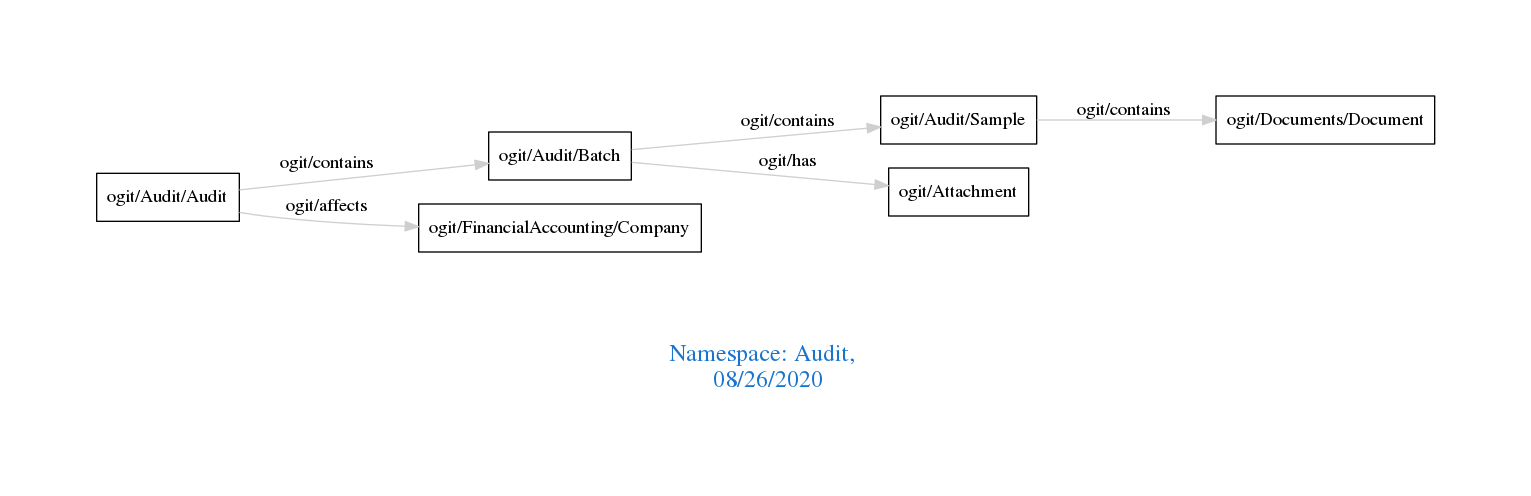
Above: downloads/Audit.png in arago/OGIT (Graphviz), before the change. Its source is kept beside it as downloads/Audit.dot.
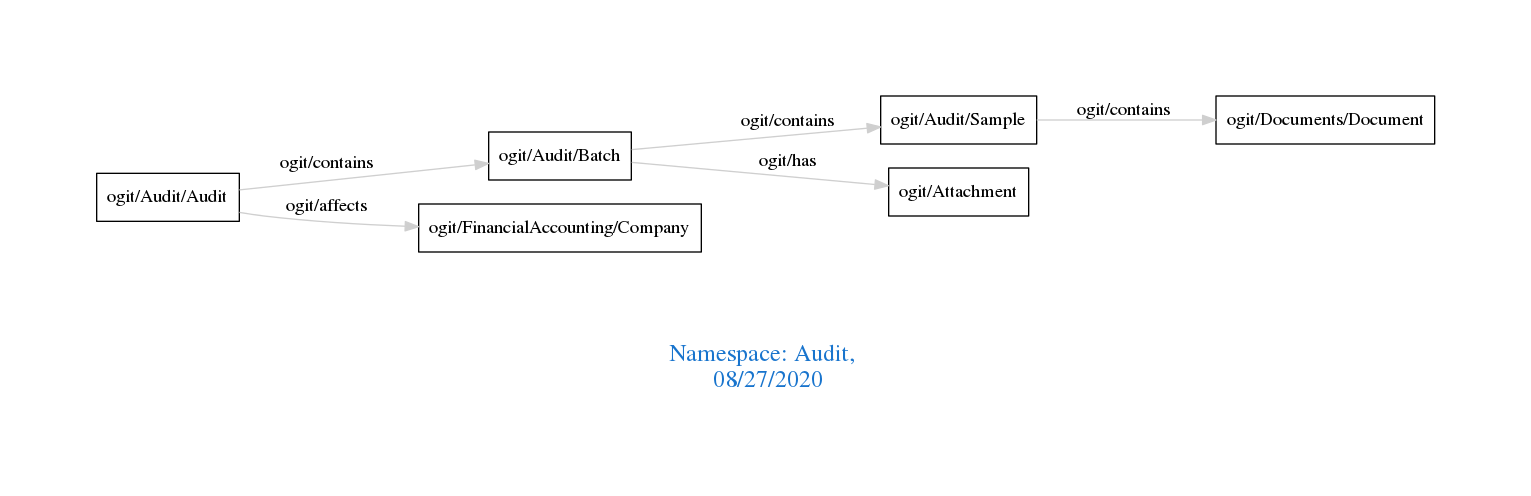
The same file after the commit.

Change to the diagram source:
```diff
@@ -1,7 +1,7 @@
 digraph OGIT_ontology {
  graph [ rankdir= LR,pad=1
 fontsize = 18,
-fontcolor= dodgerblue3,label = "\n\n\nNamespace: Audit, \n 08/26/2020"];
+fontcolor= dodgerblue3,label = "\n\n\nNamespace: Audit, \n 08/27/2020"];
 node[shape=polygon];
 edge [  color="gray81"];
 
```
